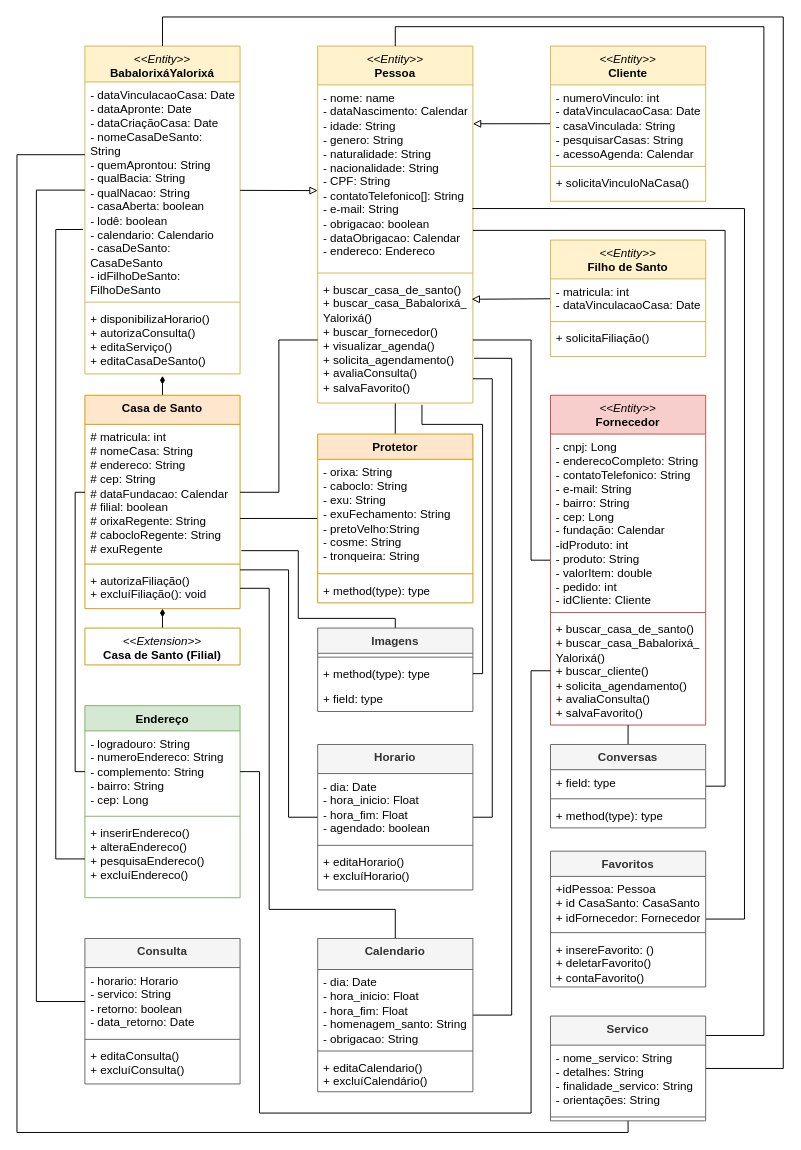
AlexCarvalhovisk/sarava keeps this draw.io diagram as DiagramaDeClasseSarava.drawio. Above is the earlier version. Source tidied: cells renumbered, new cells numbered last; positions are measured from the earlier drawing's top-left corner, leaving out a move shared by most shapes. Both pictures are drawn from the tidied source at 97%, with x=0, y=0 at pixel (16, 16).
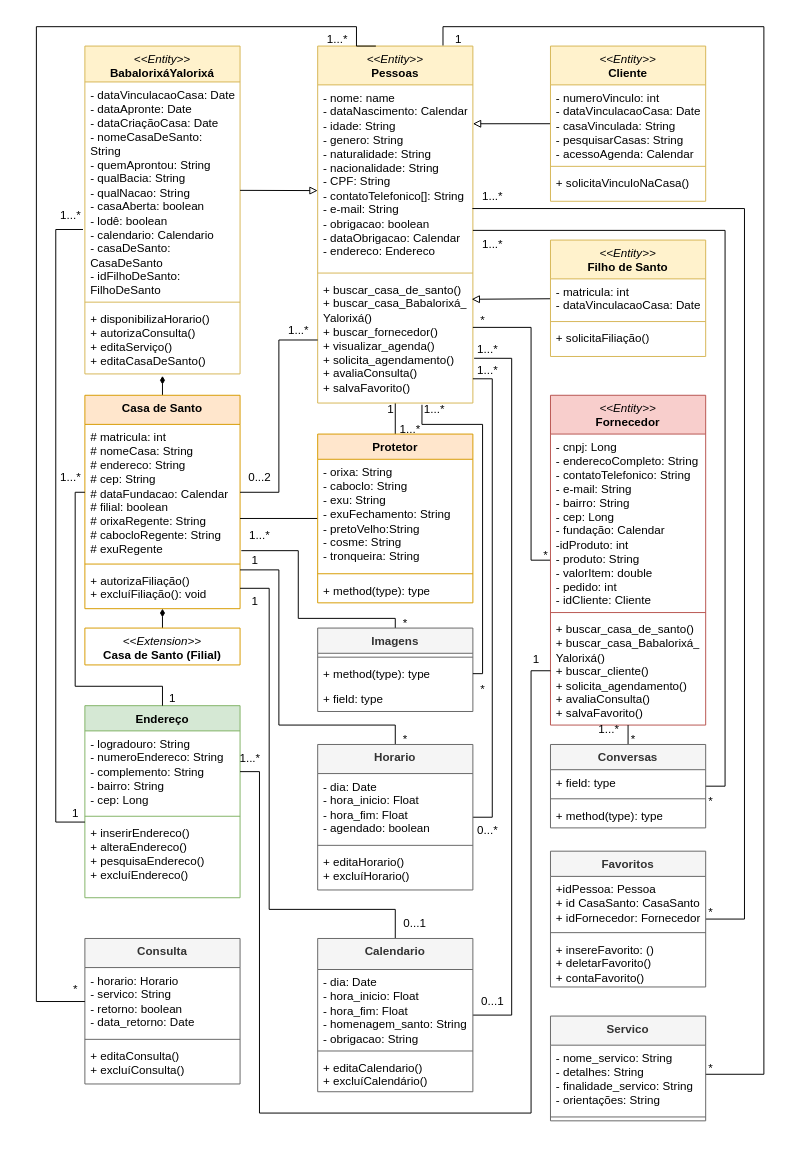
After the change.

The change refers to these unchanged cells:
```xml
<mxCell id="6" value="+ buscar_casa_de_santo()&lt;br&gt;+ buscar_casa_Babalorixá_&lt;br&gt;Yalorixá()&lt;br&gt;+ buscar_fornecedor()&lt;br&gt;+ visualizar_agenda()&lt;br&gt;+ solicita_agendamento()&lt;br&gt;+ avaliaConsulta()&lt;br&gt;+ salvaFavorito()" style="text;strokeColor=none;fillColor=none;align=left;verticalAlign=top;spacingLeft=4;spacingRight=4;overflow=hidden;points=[[0,0.5],[1,0.5]];portConstraint=eastwest;whiteSpace=wrap;html=1;" parent="3" vertex="1">
  <mxGeometry y="238" width="160" height="130" as="geometry" />
</mxCell>
<mxCell id="18" value="&lt;i style=&quot;border-color: var(--border-color); font-weight: 400;&quot;&gt;&amp;lt;&amp;lt;Entity&amp;gt;&amp;gt;&lt;/i&gt;&lt;br&gt;Fornecedor" style="swimlane;fontStyle=1;align=center;verticalAlign=top;horizontal=1;startSize=40;whiteSpace=wrap;html=1;fillColor=#f8cecc;strokeColor=#b85450;" parent="1" vertex="1">
  <mxGeometry x="550" y="390" width="160" height="340" as="geometry" />
</mxCell>
<mxCell id="22" value="&lt;i style=&quot;font-weight: normal;&quot;&gt;&amp;lt;&amp;lt;Entity&amp;gt;&amp;gt;&lt;br&gt;&lt;/i&gt;BabalorixáYalorixá" style="swimlane;fontStyle=1;align=center;verticalAlign=top;horizontal=1;startSize=37;whiteSpace=wrap;html=1;fillColor=#fff2cc;strokeColor=#d6b656;" parent="1" vertex="1">
  <mxGeometry x="70" y="30" width="160" height="338" as="geometry" />
</mxCell>
<mxCell id="23" value="- dataVinculacaoCasa: Date&lt;br style=&quot;border-color: var(--border-color);&quot;&gt;- dataApronte: Date&lt;br&gt;- dataCriaçãoCasa: Date&lt;br&gt;- nomeCasaDeSanto: String&lt;br&gt;- quemAprontou: String&lt;br&gt;- qualBacia: String&lt;br&gt;- qualNacao: String&lt;br&gt;- casaAberta: boolean&lt;br&gt;- lodê: boolean&lt;br&gt;- calendario: Calendario&lt;br&gt;- casaDeSanto: CasaDeSanto&lt;br&gt;- idFilhoDeSanto: FilhoDeSanto" style="text;strokeColor=none;fillColor=none;align=left;verticalAlign=top;spacingLeft=4;spacingRight=4;overflow=hidden;points=[[0,0.5],[1,0.5]];portConstraint=eastwest;whiteSpace=wrap;html=1;" parent="22" vertex="1">
  <mxGeometry y="37" width="160" height="223" as="geometry" />
</mxCell>
<mxCell id="28" value="# matricula: int&lt;br&gt;# nomeCasa: String&lt;br&gt;# endereco: String&lt;br&gt;# cep: String&lt;br&gt;# dataFundacao: Calendar&lt;br&gt;# filial: boolean&lt;br&gt;# orixaRegente: String&lt;br&gt;# cabocloRegente: String&lt;br&gt;# exuRegente" style="text;strokeColor=none;fillColor=none;align=left;verticalAlign=top;spacingLeft=4;spacingRight=4;overflow=hidden;points=[[0,0.5],[1,0.5]];portConstraint=eastwest;whiteSpace=wrap;html=1;" parent="27" vertex="1">
  <mxGeometry y="30" width="160" height="140" as="geometry" />
</mxCell>
<mxCell id="35" value="Horario" style="swimlane;fontStyle=1;align=center;verticalAlign=top;horizontal=1;startSize=30;whiteSpace=wrap;html=1;fillColor=#f5f5f5;fontColor=#333333;strokeColor=#666666;" parent="1" vertex="1">
  <mxGeometry x="310" y="750" width="160" height="150" as="geometry" />
</mxCell>
<mxCell id="40" value="- horario: Horario&lt;br&gt;- servico: String&lt;br&gt;- retorno: boolean&lt;br&gt;- data_retorno: Date" style="text;strokeColor=none;fillColor=none;align=left;verticalAlign=top;spacingLeft=4;spacingRight=4;overflow=hidden;points=[[0,0.5],[1,0.5]];portConstraint=eastwest;whiteSpace=wrap;html=1;" parent="39" vertex="1">
  <mxGeometry y="30" width="160" height="70" as="geometry" />
</mxCell>
<mxCell id="52" value="Servico" style="swimlane;fontStyle=1;align=center;verticalAlign=top;horizontal=1;startSize=30;whiteSpace=wrap;html=1;fillColor=#f5f5f5;fontColor=#333333;strokeColor=#666666;" parent="1" vertex="1">
  <mxGeometry x="550" y="1030" width="160" height="108" as="geometry" />
</mxCell>
<mxCell id="55" value="Endereço" style="swimlane;fontStyle=1;align=center;verticalAlign=top;horizontal=1;startSize=26;whiteSpace=wrap;html=1;fillColor=#d5e8d4;strokeColor=#82b366;" parent="1" vertex="1">
  <mxGeometry x="70" y="710" width="160" height="198" as="geometry" />
</mxCell>
<mxCell id="56" value="- logradouro: String&lt;br&gt;- numeroEndereco: String&lt;br&gt;- complemento: String&lt;br&gt;- bairro: String&lt;br&gt;- cep: Long" style="text;strokeColor=none;fillColor=none;align=left;verticalAlign=top;spacingLeft=4;spacingRight=4;overflow=hidden;points=[[0,0.5],[1,0.5]];portConstraint=eastwest;whiteSpace=wrap;html=1;" parent="55" vertex="1">
  <mxGeometry y="26" width="160" height="84" as="geometry" />
</mxCell>
<mxCell id="58" value="+ inserirEndereco()&lt;br&gt;+ alteraEndereco()&lt;br&gt;+ pesquisaEndereco()&lt;br&gt;+ excluíEndereco()" style="text;strokeColor=none;fillColor=none;align=left;verticalAlign=top;spacingLeft=4;spacingRight=4;overflow=hidden;points=[[0,0.5],[1,0.5]];portConstraint=eastwest;whiteSpace=wrap;html=1;" parent="55" vertex="1">
  <mxGeometry y="118" width="160" height="80" as="geometry" />
</mxCell>
```

What changed in the source:
```diff
@@
-    <mxCell id="3" value="&lt;i style=&quot;border-color: var(--border-color); font-weight: 400;&quot;&gt;&amp;lt;&amp;lt;Entity&amp;gt;&amp;gt;&lt;/i&gt;&lt;br&gt;Pessoa" style="swimlane;fontStyle=1;align=center;verticalAlign=top;horizontal=1;startSize=40;whiteSpace=wrap;html=1;fillColor=#fff2cc;strokeColor=#d6b656;" parent="1" vertex="1">
+    <mxCell id="3" value="&lt;i style=&quot;border-color: var(--border-color); font-weight: 400;&quot;&gt;&amp;lt;&amp;lt;Entity&amp;gt;&amp;gt;&lt;/i&gt;&lt;br&gt;Pessoas" style="swimlane;fontStyle=1;align=center;verticalAlign=top;horizontal=1;startSize=40;whiteSpace=wrap;html=1;fillColor=#fff2cc;strokeColor=#d6b656;" parent="1" vertex="1">
       <mxGeometry x="310" y="30" width="160" height="368" as="geometry" />
     </mxCell>
@@
     <mxCell id="17" style="edgeStyle=orthogonalEdgeStyle;rounded=0;jettySize=auto;html=1;endArrow=none;endFill=0;" parent="1" edge="1" source="18" target="6">
       <mxGeometry relative="1" as="geometry">
         <Array as="points">
           <mxPoint x="530" y="560" />
-          <mxPoint x="530" y="333" />
+          <mxPoint x="530" y="320" />
         </Array>
       </mxGeometry>
     </mxCell>
@@
-    <mxCell id="33" style="edgeStyle=orthogonalEdgeStyle;rounded=0;jettySize=auto;html=1;endArrow=none;endFill=0;" parent="1" edge="1" source="35">
+    <mxCell id="33" style="edgeStyle=orthogonalEdgeStyle;rounded=0;jettySize=auto;html=1;endArrow=none;endFill=0;exitX=0.5;exitY=0;exitDx=0;exitDy=0;" parent="1" edge="1" source="35">
       <mxGeometry relative="1" as="geometry">
         <mxPoint x="230" y="570" as="targetPoint" />
         <Array as="points">
-          <mxPoint x="280" y="825" />
-          <mxPoint x="280" y="570" />
+          <mxPoint x="390" y="730" />
+          <mxPoint x="270" y="730" />
+          <mxPoint x="270" y="570" />
         </Array>
       </mxGeometry>
     </mxCell>
@@
-    <mxCell id="49" style="edgeStyle=orthogonalEdgeStyle;rounded=0;jettySize=auto;html=1;endArrow=none;endFill=0;" parent="1" edge="1" source="52">
-      <mxGeometry relative="1" as="geometry">
-        <mxPoint x="70" y="142" as="targetPoint" />
-        <Array as="points">
-          <mxPoint x="630" y="1150" />
-          <mxPoint y="1150" />
-          <mxPoint y="142" />
-        </Array>
-      </mxGeometry>
-    </mxCell>
-    <mxCell id="50" style="edgeStyle=orthogonalEdgeStyle;rounded=0;jettySize=auto;html=1;entryX=0.5;entryY=0;entryDx=0;entryDy=0;endArrow=none;endFill=0;" parent="1" edge="1" source="52" target="3">
+    <mxCell id="50" style="edgeStyle=orthogonalEdgeStyle;rounded=0;jettySize=auto;html=1;endArrow=none;endFill=0;entryX=-0.027;entryY=0.713;entryDx=0;entryDy=0;entryPerimeter=0;" parent="1" edge="1" source="52" target="88">
       <mxGeometry relative="1" as="geometry">
         <Array as="points">
-          <mxPoint x="770" y="1050" />
+          <mxPoint x="770" y="1090" />
           <mxPoint x="770" y="10" />
-          <mxPoint x="390" y="10" />
+          <mxPoint x="439" y="10" />
         </Array>
       </mxGeometry>
     </mxCell>
-    <mxCell id="51" style="edgeStyle=orthogonalEdgeStyle;rounded=0;jettySize=auto;html=1;entryX=0.5;entryY=0;entryDx=0;entryDy=0;endArrow=none;endFill=0;" parent="1" edge="1" source="52" target="22">
-      <mxGeometry relative="1" as="geometry">
-        <Array as="points">
-          <mxPoint x="790" y="1084" />
-          <mxPoint x="790" />
-          <mxPoint x="150" />
-        </Array>
-      </mxGeometry>
-    </mxCell>
@@
-    <mxCell id="82" style="edgeStyle=orthogonalEdgeStyle;rounded=0;jettySize=auto;html=1;entryX=0;entryY=0.5;entryDx=0;entryDy=0;endArrow=none;endFill=0;" parent="1" edge="1" source="56" target="28">
+    <mxCell id="82" style="edgeStyle=orthogonalEdgeStyle;rounded=0;jettySize=auto;html=1;entryX=0;entryY=0.5;entryDx=0;entryDy=0;endArrow=none;endFill=0;exitX=0.5;exitY=0;exitDx=0;exitDy=0;" parent="1" edge="1" source="55" target="28">
       <mxGeometry relative="1" as="geometry">
         <Array as="points">
-          <mxPoint x="60" y="778" />
+          <mxPoint x="150" y="690" />
+          <mxPoint x="60" y="690" />
           <mxPoint x="60" y="490" />
         </Array>
       </mxGeometry>
     </mxCell>
-    <mxCell id="83" style="edgeStyle=orthogonalEdgeStyle;rounded=0;jettySize=auto;html=1;entryX=0;entryY=0.5;entryDx=0;entryDy=0;endArrow=none;endFill=0;" parent="1" edge="1" source="40" target="23">
-      <mxGeometry relative="1" as="geometry">
-        <Array as="points">
-          <mxPoint x="20" y="1015" />
-          <mxPoint x="20" y="179" />
-        </Array>
-      </mxGeometry>
-    </mxCell>
     <mxCell id="84" style="edgeStyle=orthogonalEdgeStyle;rounded=0;jettySize=auto;html=1;entryX=-0.012;entryY=0.682;entryDx=0;entryDy=0;entryPerimeter=0;endArrow=none;endFill=0;" parent="1" edge="1" source="58" target="23">
       <mxGeometry relative="1" as="geometry">
         <Array as="points">
-          <mxPoint x="40" y="868" />
+          <mxPoint x="40" y="830" />
           <mxPoint x="40" y="219" />
         </Array>
       </mxGeometry>
     </mxCell>
@@
+    <mxCell id="87" value="*" style="text;html=1;align=center;verticalAlign=middle;strokeColor=none;fillColor=none;" parent="1" vertex="1">
+      <mxGeometry x="700" y="1069" width="30" height="30" as="geometry" />
+    </mxCell>
+    <mxCell id="88" value="1" style="text;html=1;align=center;verticalAlign=middle;points=[];strokeColor=none;fillColor=none;" parent="1" vertex="1">
+      <mxGeometry x="440" y="8" width="30" height="30" as="geometry" />
+    </mxCell>
+    <mxCell id="89" value="1...*" style="text;html=1;align=center;verticalAlign=middle;strokeColor=none;fillColor=none;" parent="1" vertex="1">
+      <mxGeometry x="470" y="170" width="40" height="30" as="geometry" />
+    </mxCell>
+    <mxCell id="90" value="*" style="text;html=1;align=center;verticalAlign=middle;strokeColor=none;fillColor=none;" parent="1" vertex="1">
+      <mxGeometry x="700" y="908" width="30" height="30" as="geometry" />
+    </mxCell>
+    <mxCell id="91" value="*" style="text;html=1;align=center;verticalAlign=middle;strokeColor=none;fillColor=none;" parent="1" vertex="1">
+      <mxGeometry x="700" y="794" width="30" height="30" as="geometry" />
+    </mxCell>
+    <mxCell id="92" value="1...*" style="text;html=1;align=center;verticalAlign=middle;strokeColor=none;fillColor=none;" parent="1" vertex="1">
+      <mxGeometry x="470" y="220" width="40" height="30" as="geometry" />
+    </mxCell>
+    <mxCell id="93" style="edgeStyle=orthogonalEdgeStyle;rounded=0;jettySize=auto;html=1;endArrow=none;endFill=0;" parent="1" edge="1" source="40">
+      <mxGeometry relative="1" as="geometry">
+        <mxPoint x="370" y="30" as="targetPoint" />
+        <Array as="points">
+          <mxPoint x="20" y="1015" />
+          <mxPoint x="20" y="10" />
+          <mxPoint x="350" y="10" />
+          <mxPoint x="350" y="30" />
+        </Array>
+      </mxGeometry>
+    </mxCell>
+    <mxCell id="94" value="*" style="text;html=1;align=center;verticalAlign=middle;strokeColor=none;fillColor=none;" parent="1" vertex="1">
+      <mxGeometry x="45" y="988" width="30" height="30" as="geometry" />
+    </mxCell>
+    <mxCell id="95" value="1...*" style="text;html=1;align=center;verticalAlign=middle;strokeColor=none;fillColor=none;" parent="1" vertex="1">
+      <mxGeometry x="310" y="8" width="40" height="30" as="geometry" />
+    </mxCell>
+    <mxCell id="96" value="1" style="text;html=1;align=center;verticalAlign=middle;strokeColor=none;fillColor=none;" parent="1" vertex="1">
+      <mxGeometry x="45" y="806" width="30" height="30" as="geometry" />
+    </mxCell>
+    <mxCell id="97" value="1...*" style="text;html=1;align=center;verticalAlign=middle;strokeColor=none;fillColor=none;" parent="1" vertex="1">
+      <mxGeometry x="35" y="190" width="40" height="30" as="geometry" />
+    </mxCell>
+    <mxCell id="98" value="1" style="text;html=1;align=center;verticalAlign=middle;strokeColor=none;fillColor=none;" parent="1" vertex="1">
+      <mxGeometry x="145" y="688" width="30" height="30" as="geometry" />
+    </mxCell>
+    <mxCell id="99" value="1...*" style="text;html=1;align=center;verticalAlign=middle;strokeColor=none;fillColor=none;" parent="1" vertex="1">
+      <mxGeometry x="35" y="460" width="40" height="30" as="geometry" />
+    </mxCell>
+    <mxCell id="100" value="1...*" style="text;html=1;align=center;verticalAlign=middle;strokeColor=none;fillColor=none;" parent="1" vertex="1">
+      <mxGeometry x="220" y="750" width="40" height="30" as="geometry" />
+    </mxCell>
+    <mxCell id="101" value="1" style="text;html=1;align=center;verticalAlign=middle;strokeColor=none;fillColor=none;" parent="1" vertex="1">
+      <mxGeometry x="520" y="648" width="30" height="30" as="geometry" />
+    </mxCell>
+    <mxCell id="102" value="1...*" style="text;html=1;align=center;verticalAlign=middle;strokeColor=none;fillColor=none;" parent="1" vertex="1">
+      <mxGeometry x="230" y="520" width="40" height="30" as="geometry" />
+    </mxCell>
+    <mxCell id="103" value="*" style="text;html=1;align=center;verticalAlign=middle;strokeColor=none;fillColor=none;" parent="1" vertex="1">
+      <mxGeometry x="385" y="610" width="30" height="30" as="geometry" />
+    </mxCell>
+    <mxCell id="104" value="1" style="text;html=1;align=center;verticalAlign=middle;strokeColor=none;fillColor=none;" parent="1" vertex="1">
+      <mxGeometry x="230" y="545" width="30" height="30" as="geometry" />
+    </mxCell>
+    <mxCell id="105" value="*" style="text;html=1;align=center;verticalAlign=middle;strokeColor=none;fillColor=none;" parent="1" vertex="1">
+      <mxGeometry x="385" y="730" width="30" height="30" as="geometry" />
+    </mxCell>
+    <mxCell id="106" value="1" style="text;html=1;align=center;verticalAlign=middle;strokeColor=none;fillColor=none;" parent="1" vertex="1">
+      <mxGeometry x="230" y="588" width="30" height="30" as="geometry" />
+    </mxCell>
+    <mxCell id="107" value="0...1" style="text;html=1;align=center;verticalAlign=middle;strokeColor=none;fillColor=none;" parent="1" vertex="1">
+      <mxGeometry x="385" y="920" width="50" height="30" as="geometry" />
+    </mxCell>
+    <mxCell id="108" value="1...*" style="text;html=1;align=center;verticalAlign=middle;strokeColor=none;fillColor=none;" parent="1" vertex="1">
+      <mxGeometry x="465" y="328" width="40" height="30" as="geometry" />
+    </mxCell>
+    <mxCell id="109" value="0...1" style="text;html=1;align=center;verticalAlign=middle;strokeColor=none;fillColor=none;" parent="1" vertex="1">
+      <mxGeometry x="465" y="1000" width="50" height="30" as="geometry" />
+    </mxCell>
+    <mxCell id="110" value="1...*" style="text;html=1;align=center;verticalAlign=middle;strokeColor=none;fillColor=none;" parent="1" vertex="1">
+      <mxGeometry x="270" y="308" width="40" height="30" as="geometry" />
+    </mxCell>
+    <mxCell id="111" value="0...2" style="text;html=1;align=center;verticalAlign=middle;strokeColor=none;fillColor=none;" parent="1" vertex="1">
+      <mxGeometry x="225" y="460" width="50" height="30" as="geometry" />
+    </mxCell>
+    <mxCell id="112" value="1" style="text;html=1;align=center;verticalAlign=middle;strokeColor=none;fillColor=none;" parent="1" vertex="1">
+      <mxGeometry x="370" y="390" width="30" height="30" as="geometry" />
+    </mxCell>
+    <mxCell id="113" value="1...*" style="text;html=1;align=center;verticalAlign=middle;strokeColor=none;fillColor=none;" parent="1" vertex="1">
+      <mxGeometry x="385" y="410" width="40" height="30" as="geometry" />
+    </mxCell>
+    <mxCell id="114" value="1...*" style="text;html=1;align=center;verticalAlign=middle;strokeColor=none;fillColor=none;" parent="1" vertex="1">
+      <mxGeometry x="410" y="390" width="40" height="30" as="geometry" />
+    </mxCell>
+    <mxCell id="115" value="*" style="text;html=1;align=center;verticalAlign=middle;strokeColor=none;fillColor=none;" parent="1" vertex="1">
+      <mxGeometry x="465" y="678" width="30" height="30" as="geometry" />
+    </mxCell>
+    <mxCell id="116" value="1...*" style="text;html=1;align=center;verticalAlign=middle;strokeColor=none;fillColor=none;" parent="1" vertex="1">
+      <mxGeometry x="465" y="350" width="40" height="30" as="geometry" />
+    </mxCell>
+    <mxCell id="117" value="0...*" style="text;html=1;align=center;verticalAlign=middle;strokeColor=none;fillColor=none;" parent="1" vertex="1">
+      <mxGeometry x="465" y="824" width="40" height="30" as="geometry" />
+    </mxCell>
+    <mxCell id="118" value="*" style="text;html=1;align=center;verticalAlign=middle;strokeColor=none;fillColor=none;" parent="1" vertex="1">
+      <mxGeometry x="465" y="298" width="30" height="30" as="geometry" />
+    </mxCell>
+    <mxCell id="119" value="*" style="text;html=1;align=center;verticalAlign=middle;strokeColor=none;fillColor=none;" parent="1" vertex="1">
+      <mxGeometry x="530" y="540" width="30" height="30" as="geometry" />
+    </mxCell>
+    <mxCell id="120" value="*" style="text;html=1;align=center;verticalAlign=middle;strokeColor=none;fillColor=none;" parent="1" vertex="1">
+      <mxGeometry x="620" y="730" width="30" height="30" as="geometry" />
+    </mxCell>
+    <mxCell id="121" value="1...*" style="text;html=1;align=center;verticalAlign=middle;strokeColor=none;fillColor=none;" parent="1" vertex="1">
+      <mxGeometry x="590" y="720" width="40" height="30" as="geometry" />
+    </mxCell>
```
